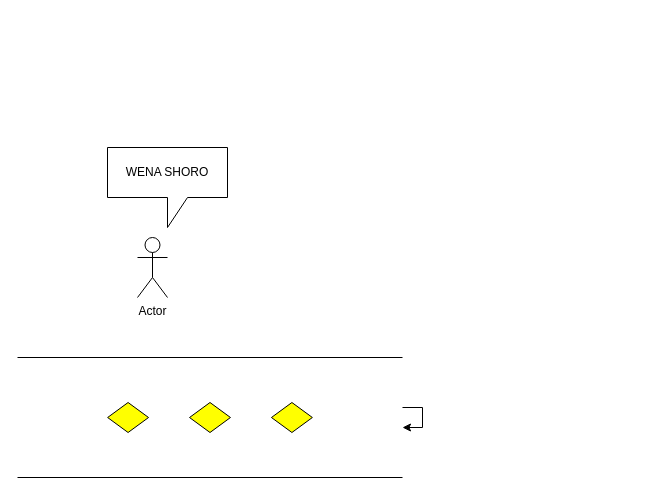
L1TnzO/Proyecto_ICC315 keeps this draw.io diagram as Untitled Diagram.drawio. Above is the earlier version. Source tidied: cells renumbered, new cells numbered last; positions are measured from the earlier drawing's top-left corner, leaving out a move shared by most shapes. Both pictures are drawn from the tidied source at 100%, with x=0, y=0 at pixel (17, 147).
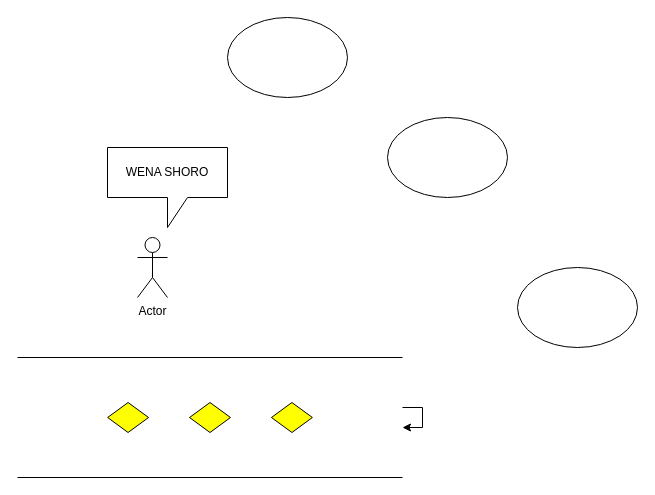
After the change.

Change to the diagram source:
```diff
@@
 <mxGraphModel>
   <root>
     <mxCell id="0" />
     <mxCell id="1" parent="0" />
     <mxCell id="2" style="verticalLabelPosition=bottom;verticalAlign=top;html=1;shape=mxgraph.flowchart.parallel_mode;" parent="1" vertex="1">
       <mxGeometry y="210" width="385" height="120" as="geometry" />
     </mxCell>
     <mxCell id="3" value="Actor" style="shape=umlActor;verticalLabelPosition=bottom;verticalAlign=top;html=1;" parent="1" vertex="1">
       <mxGeometry x="120" y="90" width="30" height="60" as="geometry" />
     </mxCell>
     <mxCell id="4" style="edgeStyle=orthogonalEdgeStyle;rounded=0;orthogonalLoop=1;jettySize=auto;html=1;" parent="1" edge="1" source="2" target="2">
       <mxGeometry relative="1" as="geometry" />
     </mxCell>
     <mxCell id="5" value="WENA SHORO" style="shape=callout;whiteSpace=wrap;html=1;perimeter=calloutPerimeter;" parent="1" vertex="1">
       <mxGeometry x="90" width="120" height="80" as="geometry" />
     </mxCell>
+    <mxCell id="6" style="ellipse;whiteSpace=wrap;html=1;" parent="1" vertex="1">
+      <mxGeometry x="370" y="-30" width="120" height="80" as="geometry" />
+    </mxCell>
+    <mxCell id="7" style="ellipse;whiteSpace=wrap;html=1;" parent="1" vertex="1">
+      <mxGeometry x="210" y="-130" width="120" height="80" as="geometry" />
+    </mxCell>
+    <mxCell id="8" style="ellipse;whiteSpace=wrap;html=1;" parent="1" vertex="1">
+      <mxGeometry x="500" y="120" width="120" height="80" as="geometry" />
+    </mxCell>
   </root>
 </mxGraphModel>
```
